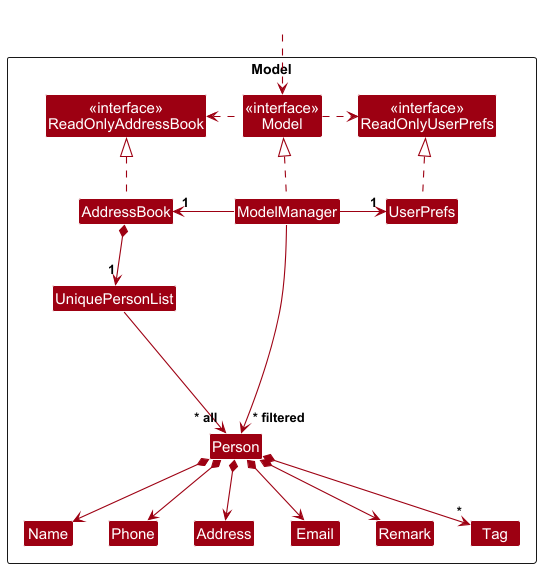
Above: docs/images/ModelClassDiagram.png in AY2526S2-CS2103-F09-2/tp (PlantUML), before the change. The source it was exported from:
```plantuml
@startuml
!include style.puml
skinparam arrowThickness 1.1
skinparam arrowColor MODEL_COLOR
skinparam classBackgroundColor MODEL_COLOR

Package Model as ModelPackage <<Rectangle>>{
Class "<<interface>>\nReadOnlyAddressBook" as ReadOnlyAddressBook
Class "<<interface>>\nReadOnlyUserPrefs" as ReadOnlyUserPrefs
Class "<<interface>>\nModel" as Model
Class AddressBook
Class ModelManager
Class UserPrefs

Class UniquePersonList
Class Person
Class Address
Class Email
Class Name
Class Phone
Class Tag
Class Remark

Class I #FFFFFF
}

Class HiddenOutside #FFFFFF
HiddenOutside ..> Model

AddressBook .up.|> ReadOnlyAddressBook

ModelManager .up.|> Model
Model .right.> ReadOnlyUserPrefs
Model .left.> ReadOnlyAddressBook
ModelManager -left-> "1" AddressBook
ModelManager -right-> "1" UserPrefs
UserPrefs .up.|> ReadOnlyUserPrefs

AddressBook *--> "1" UniquePersonList
UniquePersonList --> "~* all" Person
Person *--> Name
Person *--> Phone
Person *--> Email
Person *--> Address
Person *--> "*" Tag
Person *--> Remark

Person -[hidden]up--> I
UniquePersonList -[hidden]right-> I

Name -[hidden]right-> Phone
Phone -[hidden]right-> Address
Address -[hidden]right-> Email
Email -[hidden]right-> Remark

ModelManager --> "~* filtered" Person
@enduml
```
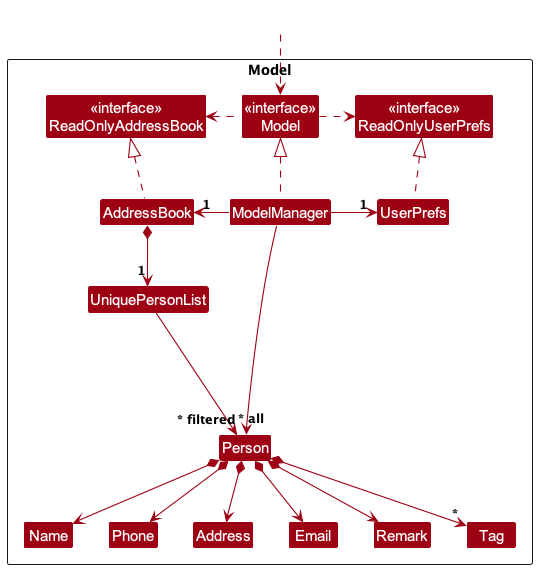
After the change.

What changed in the source:
```diff
@@ -13,7 +13,11 @@
 Class UserPrefs
 
 Class UniquePersonList
-Class Person
+Class Person {
+    + DEFAULT_INTERVIEWED : boolean
+    - interviewed : boolean
+    + isInterviewed() : boolean
+}
 Class Address
 Class Email
 Class Name
```
